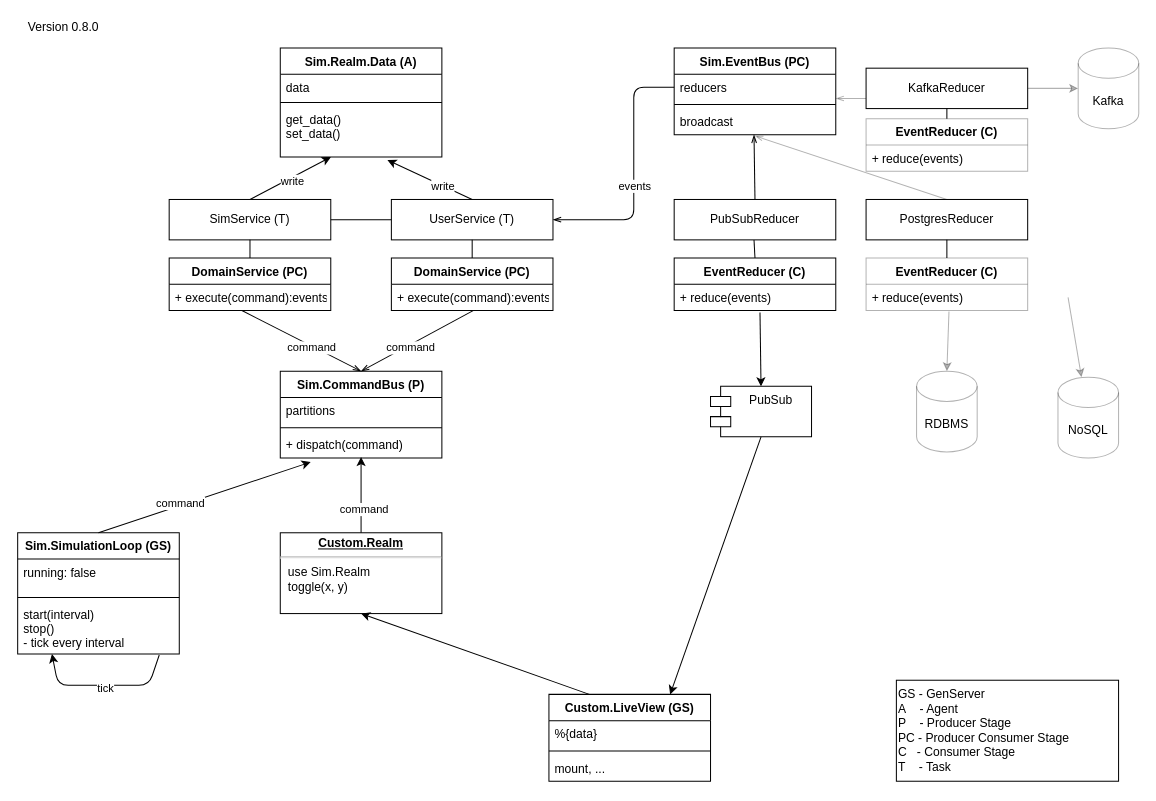
This is apps/sim/documentation/SimRealm.drawio from grrrisu/thundermoon-umbrella, a draw.io file, before an edit. Source tidied: cells renumbered, new cells numbered last; positions are measured from the earlier drawing's top-left corner, leaving out a move shared by most shapes. Both pictures are drawn from the tidied source at 101%, with x=0, y=0 at pixel (17, 17).
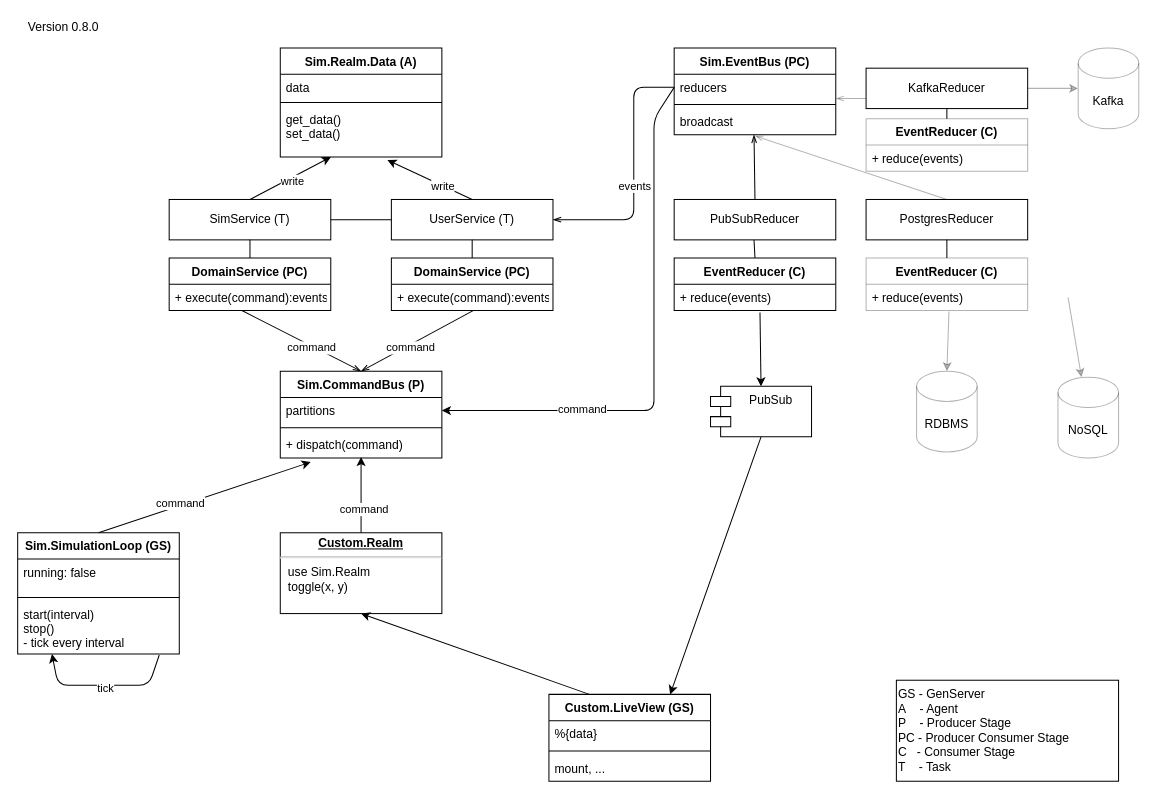
The same page after the edit.

Unchanged cells that the change refers to:
```xml
<mxCell id="20" value="partitions" style="text;strokeColor=none;fillColor=none;align=left;verticalAlign=top;spacingLeft=4;spacingRight=4;overflow=hidden;points=[[0,0.5],[1,0.5]];portConstraint=eastwest;" parent="19" vertex="1">
  <mxGeometry y="26" width="160" height="26" as="geometry" />
</mxCell>
<mxCell id="28" value="reducers" style="text;strokeColor=none;fillColor=none;align=left;verticalAlign=top;spacingLeft=4;spacingRight=4;overflow=hidden;points=[[0,0.5],[1,0.5]];portConstraint=eastwest;" parent="27" vertex="1">
  <mxGeometry y="26" width="160" height="26" as="geometry" />
</mxCell>
```

What changed in the source:
```diff
@@
+    <mxCell id="76" style="endArrow=classic;html=1;rounded=1;exitX=0;exitY=0.5;exitDx=0;exitDy=0;entryX=1;entryY=0.5;entryDx=0;entryDy=0;" parent="1" edge="1" source="28" target="20">
+      <mxGeometry relative="1" as="geometry">
+        <Array as="points">
+          <mxPoint x="630" y="100" />
+          <mxPoint x="630" y="389" />
+        </Array>
+      </mxGeometry>
+    </mxCell>
+    <mxCell id="77" value="command" style="edgeLabel;html=1;align=center;verticalAlign=middle;" parent="76" vertex="1">
+      <mxGeometry x="0.48" y="-2" relative="1" as="geometry" />
+    </mxCell>
```
